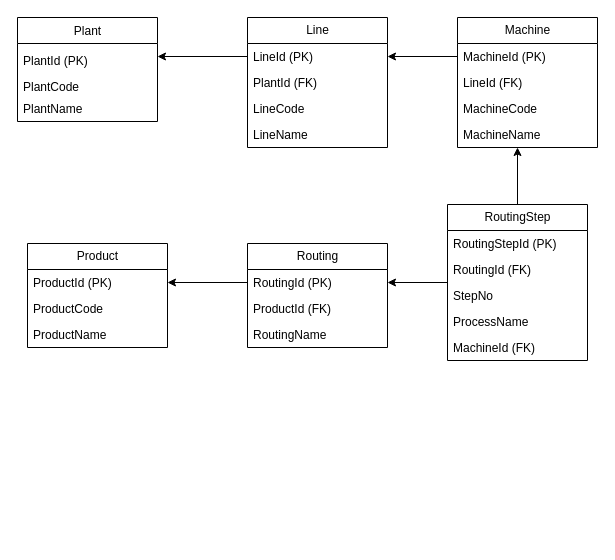
Earlier version of the draw.io diagram page "MASTER DATA" (2 of 7) of erd.drawio (anh0701/mes). Source tidied: cells renumbered, new cells numbered last; positions are measured from the earlier drawing's top-left corner, leaving out a move shared by most shapes. Both pictures are drawn from the tidied source at 100%, with x=0, y=0 at pixel (17, 17).
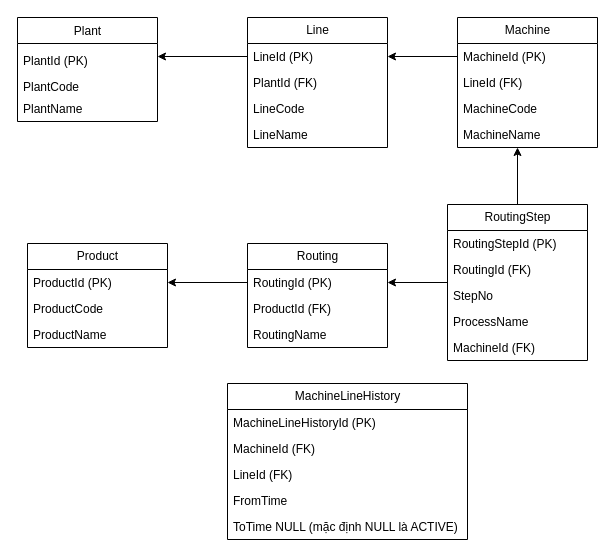
The same page after the edit.

Diff of the diagram source:
```diff
@@
+    <mxCell id="35" value="MachineLineHistory" style="swimlane;fontStyle=0;horizontal=1;startSize=26;fillColor=none;html=1;" parent="1" vertex="1">
+      <mxGeometry x="210" y="366" width="240" height="156" as="geometry" />
+    </mxCell>
+    <mxCell id="36" value="MachineLineHistoryId (PK)" style="text;strokeColor=none;fillColor=none;align=left;verticalAlign=top;spacingLeft=4;spacingRight=4;overflow=hidden;whiteSpace=wrap;html=1;" parent="35" vertex="1">
+      <mxGeometry y="26" width="240" height="26" as="geometry" />
+    </mxCell>
+    <mxCell id="37" value="MachineId (FK)" style="text;strokeColor=none;fillColor=none;align=left;verticalAlign=top;spacingLeft=4;spacingRight=4;overflow=hidden;whiteSpace=wrap;html=1;" parent="35" vertex="1">
+      <mxGeometry y="52" width="240" height="26" as="geometry" />
+    </mxCell>
+    <mxCell id="38" value="LineId (FK)" style="text;strokeColor=none;fillColor=none;align=left;verticalAlign=top;spacingLeft=4;spacingRight=4;overflow=hidden;whiteSpace=wrap;html=1;" parent="35" vertex="1">
+      <mxGeometry y="78" width="240" height="26" as="geometry" />
+    </mxCell>
+    <mxCell id="39" value="FromTime" style="text;strokeColor=none;fillColor=none;align=left;verticalAlign=top;spacingLeft=4;spacingRight=4;overflow=hidden;whiteSpace=wrap;html=1;" parent="35" vertex="1">
+      <mxGeometry y="104" width="240" height="26" as="geometry" />
+    </mxCell>
+    <mxCell id="40" value="ToTime NULL (mặc định NULL là ACTIVE)" style="text;strokeColor=none;fillColor=none;align=left;verticalAlign=top;spacingLeft=4;spacingRight=4;overflow=hidden;whiteSpace=wrap;html=1;" parent="35" vertex="1">
+      <mxGeometry y="130" width="240" height="26" as="geometry" />
+    </mxCell>
```
